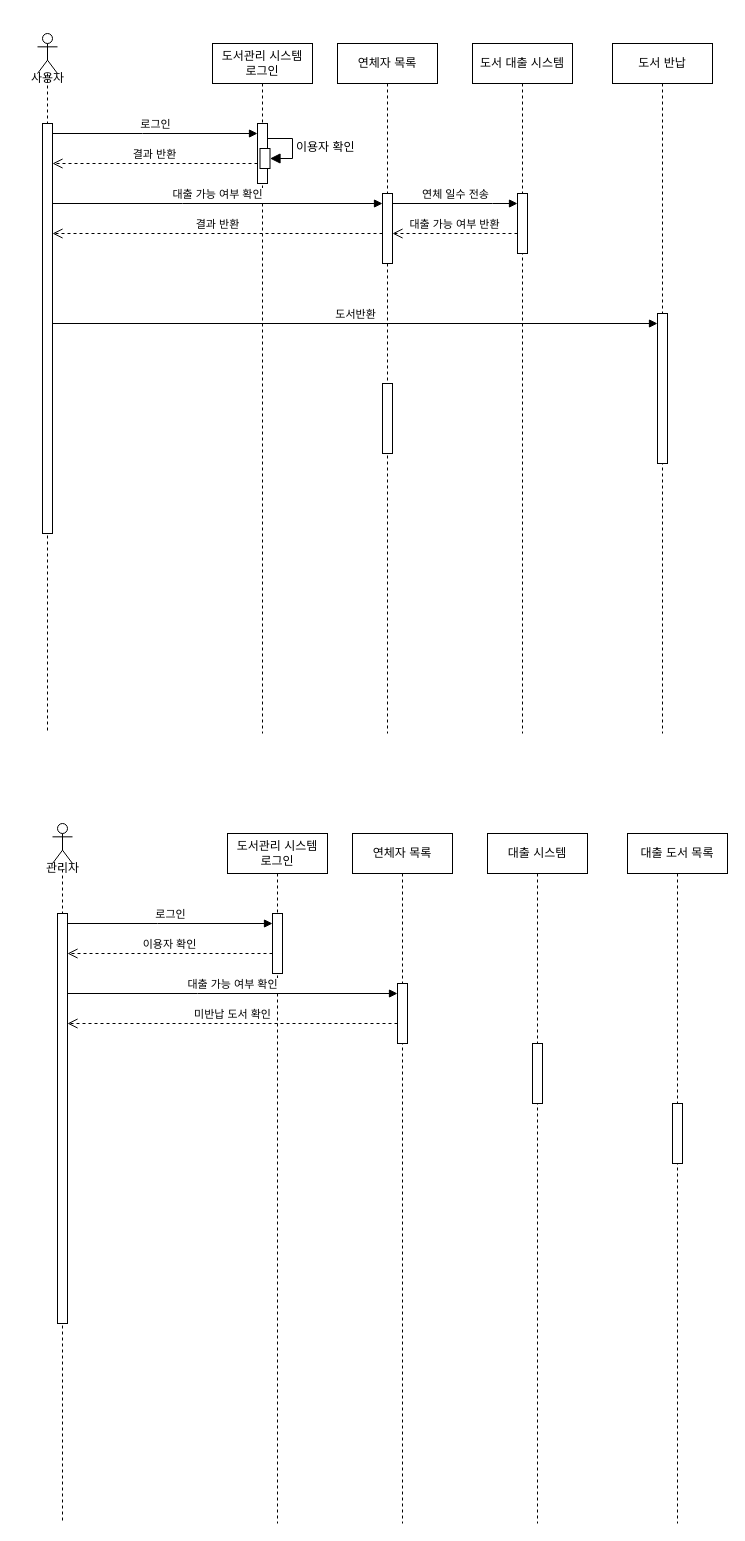
This is Behavioral_Modeling.drawio from ChanY00/-, a draw.io file, before an edit. Source tidied: cells renumbered, new cells numbered last; positions are measured from the earlier drawing's top-left corner, leaving out a move shared by most shapes. Both pictures are drawn from the tidied source at 100%, with x=0, y=0 at pixel (17, 33).
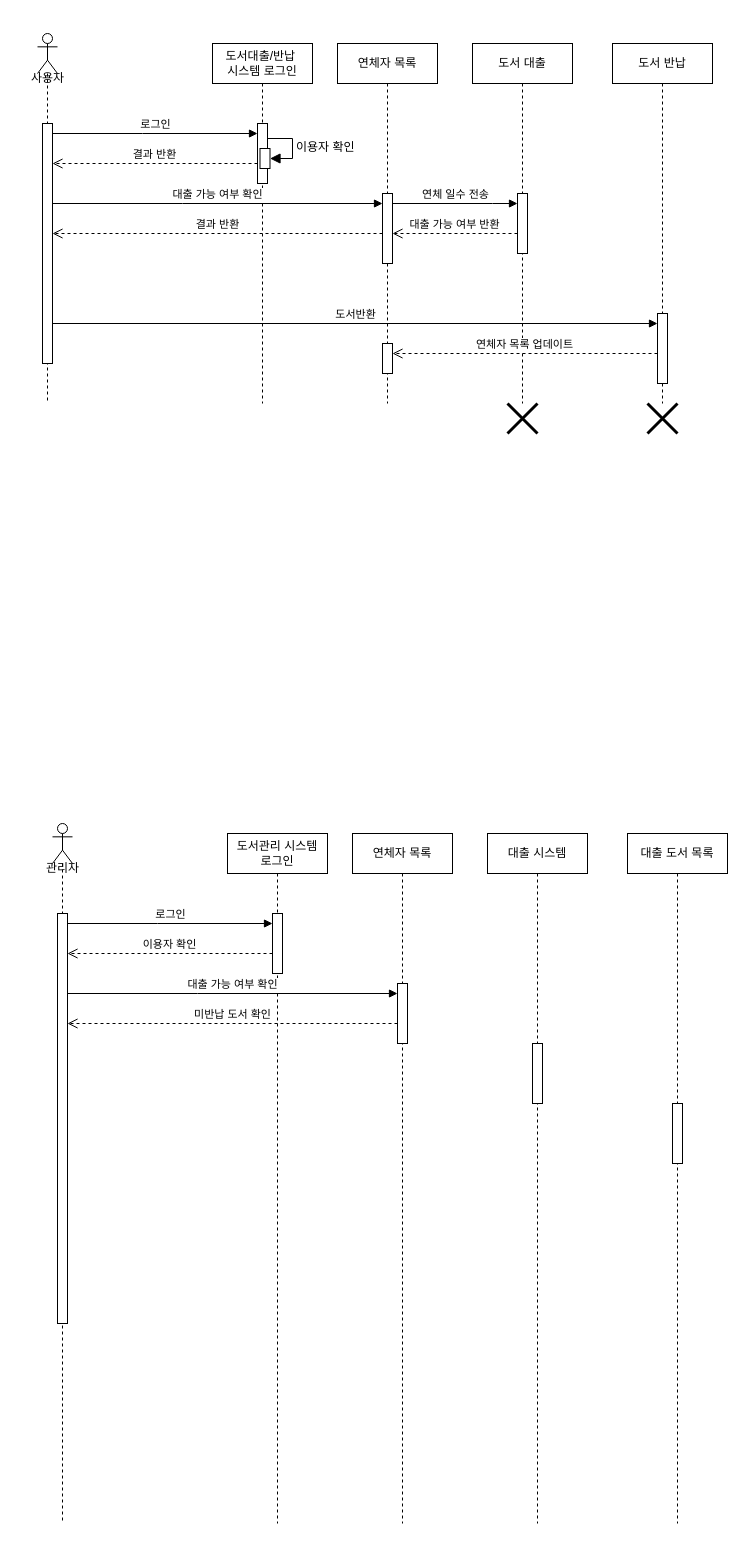
Above is the later version.

Change to the diagram source:
```diff
@@
-    <mxCell id="2" value="도서관리 시스템&lt;div&gt;로그인&lt;/div&gt;" style="shape=umlLifeline;perimeter=lifelinePerimeter;whiteSpace=wrap;html=1;newEdgeStyle={&quot;edgeStyle&quot;:&quot;elbowEdgeStyle&quot;,&quot;elbow&quot;:&quot;vertical&quot;,&quot;curved&quot;:0,&quot;rounded&quot;:0};" parent="1" vertex="1">
-      <mxGeometry x="195" y="10" width="100" height="690" as="geometry" />
+    <mxCell id="2" value="도서대출/반납&amp;nbsp;&lt;div&gt;시스템&amp;nbsp;&lt;span style=&quot;background-color: initial;&quot;&gt;로그인&lt;/span&gt;&lt;/div&gt;" style="shape=umlLifeline;perimeter=lifelinePerimeter;whiteSpace=wrap;html=1;newEdgeStyle={&quot;edgeStyle&quot;:&quot;elbowEdgeStyle&quot;,&quot;elbow&quot;:&quot;vertical&quot;,&quot;curved&quot;:0,&quot;rounded&quot;:0};" parent="1" vertex="1">
+      <mxGeometry x="195" y="10" width="100" height="360" as="geometry" />
     </mxCell>
@@
     <mxCell id="8" value="&lt;div&gt;&lt;br&gt;&lt;/div&gt;&lt;div&gt;&lt;br&gt;&lt;/div&gt;&lt;div&gt;&lt;br&gt;&lt;/div&gt;&lt;div&gt;&lt;br&gt;&lt;/div&gt;&lt;div&gt;&lt;br&gt;&lt;/div&gt;" style="shape=umlLifeline;perimeter=lifelinePerimeter;whiteSpace=wrap;html=1;newEdgeStyle={&quot;curved&quot;:0,&quot;rounded&quot;:0};participant=umlActor;size=40;" parent="1" vertex="1">
-      <mxGeometry x="20" width="20" height="700" as="geometry" />
+      <mxGeometry x="20" width="20" height="370" as="geometry" />
     </mxCell>
     <mxCell id="9" style="html=1;points=[];perimeter=orthogonalPerimeter;outlineConnect=0;targetShapes=umlLifeline;portConstraint=eastwest;newEdgeStyle={&quot;edgeStyle&quot;:&quot;elbowEdgeStyle&quot;,&quot;elbow&quot;:&quot;vertical&quot;,&quot;curved&quot;:0,&quot;rounded&quot;:0};" parent="8" vertex="1">
-      <mxGeometry x="5" y="90" width="10" height="410" as="geometry" />
+      <mxGeometry x="5" y="90" width="10" height="240" as="geometry" />
     </mxCell>
@@
     <mxCell id="11" value="연체자 목록" style="shape=umlLifeline;perimeter=lifelinePerimeter;whiteSpace=wrap;html=1;newEdgeStyle={&quot;edgeStyle&quot;:&quot;elbowEdgeStyle&quot;,&quot;elbow&quot;:&quot;vertical&quot;,&quot;curved&quot;:0,&quot;rounded&quot;:0};" parent="1" vertex="1">
-      <mxGeometry x="320" y="10" width="100" height="690" as="geometry" />
+      <mxGeometry x="320" y="10" width="100" height="360" as="geometry" />
     </mxCell>
@@
     <mxCell id="13" style="html=1;points=[];perimeter=orthogonalPerimeter;outlineConnect=0;targetShapes=umlLifeline;portConstraint=eastwest;newEdgeStyle={&quot;edgeStyle&quot;:&quot;elbowEdgeStyle&quot;,&quot;elbow&quot;:&quot;vertical&quot;,&quot;curved&quot;:0,&quot;rounded&quot;:0};" parent="11" vertex="1">
-      <mxGeometry x="45" y="340" width="10" height="70" as="geometry" />
+      <mxGeometry x="45" y="300" width="10" height="30" as="geometry" />
     </mxCell>
-    <mxCell id="14" value="도서 대출 시스템" style="shape=umlLifeline;perimeter=lifelinePerimeter;whiteSpace=wrap;html=1;newEdgeStyle={&quot;edgeStyle&quot;:&quot;elbowEdgeStyle&quot;,&quot;elbow&quot;:&quot;vertical&quot;,&quot;curved&quot;:0,&quot;rounded&quot;:0};" parent="1" vertex="1">
-      <mxGeometry x="455" y="10" width="100" height="690" as="geometry" />
+    <mxCell id="14" value="도서 대출" style="shape=umlLifeline;perimeter=lifelinePerimeter;whiteSpace=wrap;html=1;newEdgeStyle={&quot;edgeStyle&quot;:&quot;elbowEdgeStyle&quot;,&quot;elbow&quot;:&quot;vertical&quot;,&quot;curved&quot;:0,&quot;rounded&quot;:0};" parent="1" vertex="1">
+      <mxGeometry x="455" y="10" width="100" height="360" as="geometry" />
     </mxCell>
@@
     <mxCell id="16" value="도서 반납" style="shape=umlLifeline;perimeter=lifelinePerimeter;whiteSpace=wrap;html=1;newEdgeStyle={&quot;edgeStyle&quot;:&quot;elbowEdgeStyle&quot;,&quot;elbow&quot;:&quot;vertical&quot;,&quot;curved&quot;:0,&quot;rounded&quot;:0};" parent="1" vertex="1">
-      <mxGeometry x="595" y="10" width="100" height="690" as="geometry" />
+      <mxGeometry x="595" y="10" width="100" height="360" as="geometry" />
     </mxCell>
     <mxCell id="17" style="html=1;points=[];perimeter=orthogonalPerimeter;outlineConnect=0;targetShapes=umlLifeline;portConstraint=eastwest;newEdgeStyle={&quot;edgeStyle&quot;:&quot;elbowEdgeStyle&quot;,&quot;elbow&quot;:&quot;vertical&quot;,&quot;curved&quot;:0,&quot;rounded&quot;:0};" parent="16" vertex="1">
-      <mxGeometry x="45" y="270" width="10" height="150" as="geometry" />
+      <mxGeometry x="45" y="270" width="10" height="70" as="geometry" />
     </mxCell>
@@
+    <mxCell id="38" value="연체자 목록 업데이트" style="html=1;verticalAlign=bottom;endArrow=open;dashed=1;endSize=8;edgeStyle=elbowEdgeStyle;elbow=horizontal;curved=0;rounded=0;" parent="1" edge="1" source="17" target="13">
+      <mxGeometry relative="1" as="geometry">
+        <Array as="points">
+          <mxPoint x="505" y="320" />
+        </Array>
+      </mxGeometry>
+    </mxCell>
+    <mxCell id="39" style="shape=umlDestroy;whiteSpace=wrap;html=1;strokeWidth=3;targetShapes=umlLifeline;" parent="1" vertex="1">
+      <mxGeometry x="490" y="370" width="30" height="30" as="geometry" />
+    </mxCell>
+    <mxCell id="40" style="shape=umlDestroy;whiteSpace=wrap;html=1;strokeWidth=3;targetShapes=umlLifeline;" parent="1" vertex="1">
+      <mxGeometry x="630" y="370" width="30" height="30" as="geometry" />
+    </mxCell>
```
